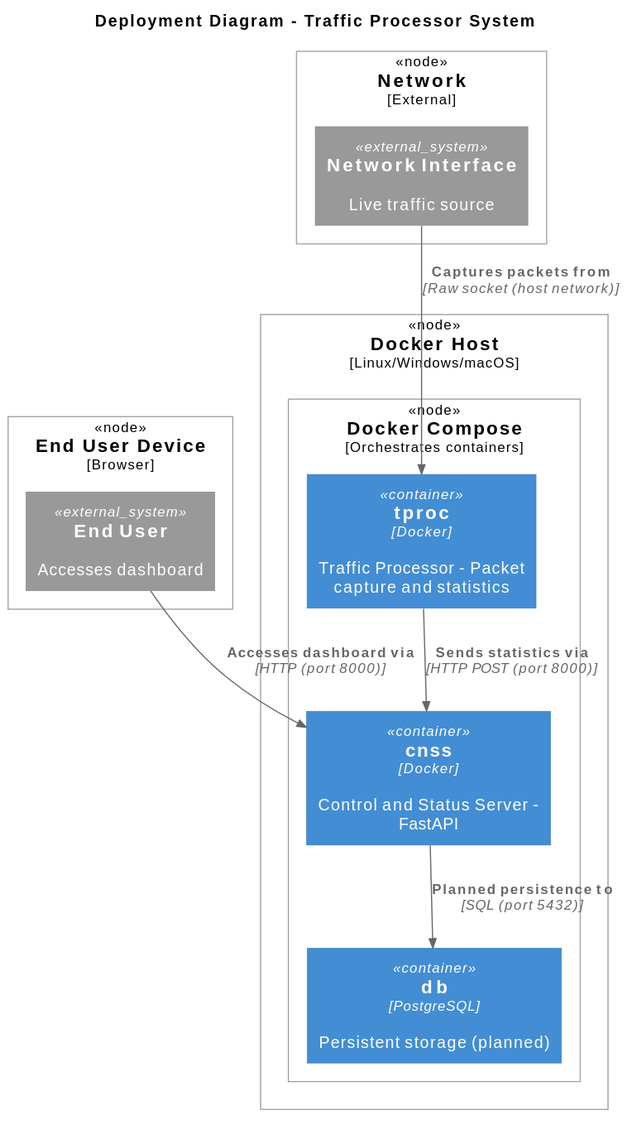
This is docs/architecture/deployment-view/deployment-diagram.svg from SWP-Team-46/Traffic-Proccessor, a PlantUML export, as it was before one commit.
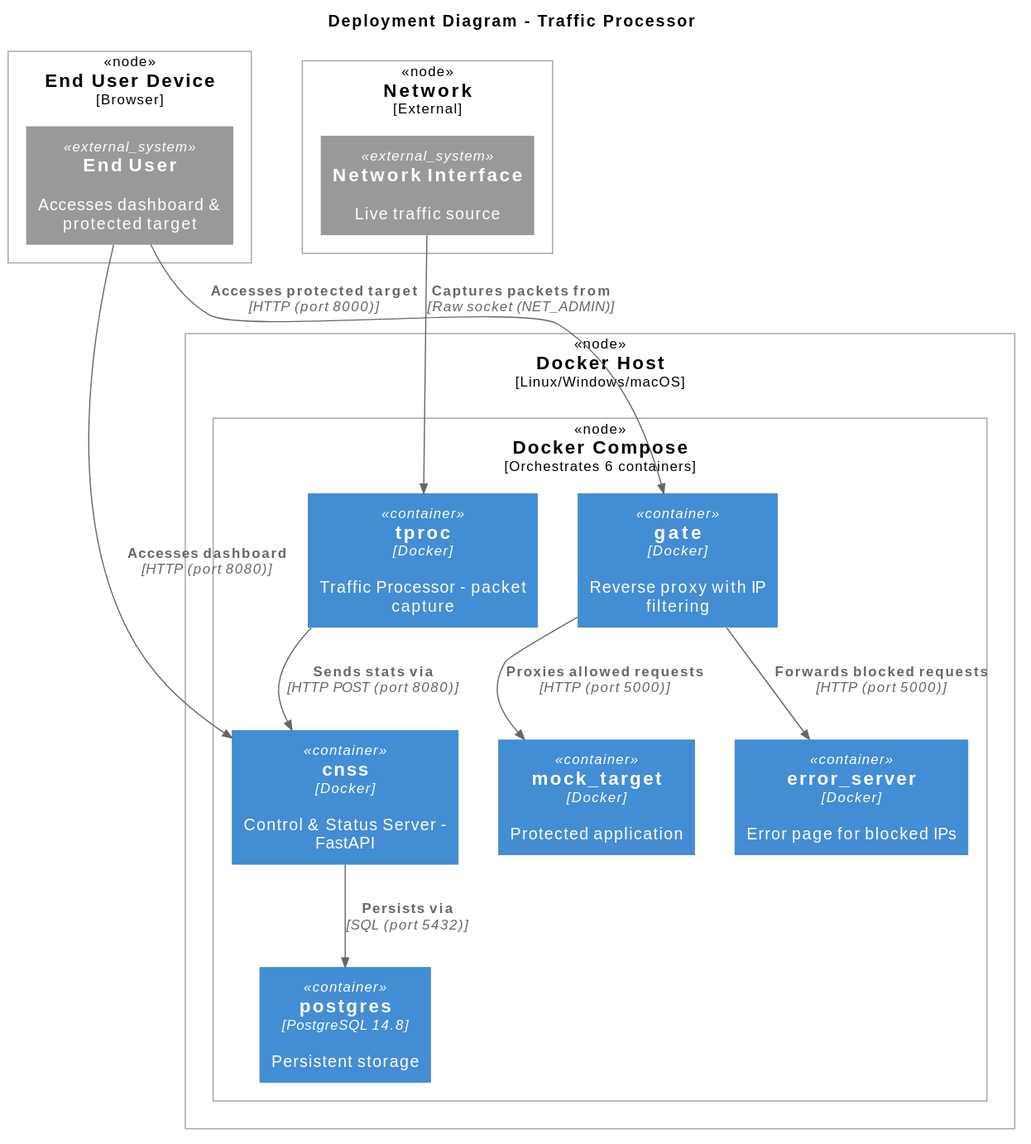
After the commit.

Diff of the diagram source:
```diff
@@ -1,13 +1,16 @@
 @startuml
 !include <C4/C4_Deployment>
 
-title Deployment Diagram - Traffic Processor System
+title Deployment Diagram - Traffic Processor
 
 Deployment_Node(docker_host, "Docker Host", "Linux/Windows/macOS") {
-    Deployment_Node(compose, "Docker Compose", "Orchestrates containers") {
-        Container(tproc, "tproc", "Docker", "Traffic Processor - Packet capture and statistics")
-        Container(cnss, "cnss", "Docker", "Control and Status Server - FastAPI")
-        Container(db, "db", "PostgreSQL", "Persistent storage (planned)")
+    Deployment_Node(compose, "Docker Compose", "Orchestrates 6 containers") {
+        Container(tproc, "tproc", "Docker", "Traffic Processor - packet capture")
+        Container(gate, "gate", "Docker", "Reverse proxy with IP filtering")
+        Container(mock_target, "mock_target", "Docker", "Protected application")
+        Container(error_server, "error_server", "Docker", "Error page for blocked IPs")
+        Container(cnss, "cnss", "Docker", "Control & Status Server - FastAPI")
+        Container(db, "postgres", "PostgreSQL 14.8", "Persistent storage")
     }
 }
 
@@ -16,11 +19,16 @@
 }
 
 Deployment_Node(user_node, "End User Device", "Browser") {
-    System_Ext(end_user, "End User", "Accesses dashboard")
+    System_Ext(end_user, "End User", "Accesses dashboard & protected target")
 }
 
-Rel(net_iface, tproc, "Captures packets from", "Raw socket (host network)")
-Rel(tproc, cnss, "Sends statistics via", "HTTP POST (port 8000)")
-Rel(cnss, db, "Planned persistence to", "SQL (port 5432)")
-Rel(end_user, cnss, "Accesses dashboard via", "HTTP (port 8000)")
+Rel(net_iface, tproc, "Captures packets from", "Raw socket (NET_ADMIN)")
+Rel(tproc, cnss, "Sends stats via", "HTTP POST (port 8080)")
+Rel(cnss, db, "Persists via", "SQL (port 5432)")
+
+Rel(end_user, gate, "Accesses protected target", "HTTP (port 8000)")
+Rel(end_user, cnss, "Accesses dashboard", "HTTP (port 8080)")
+
+Rel(gate, mock_target, "Proxies allowed requests", "HTTP (port 5000)")
+Rel(gate, error_server, "Forwards blocked requests", "HTTP (port 5000)")
 @enduml
```
